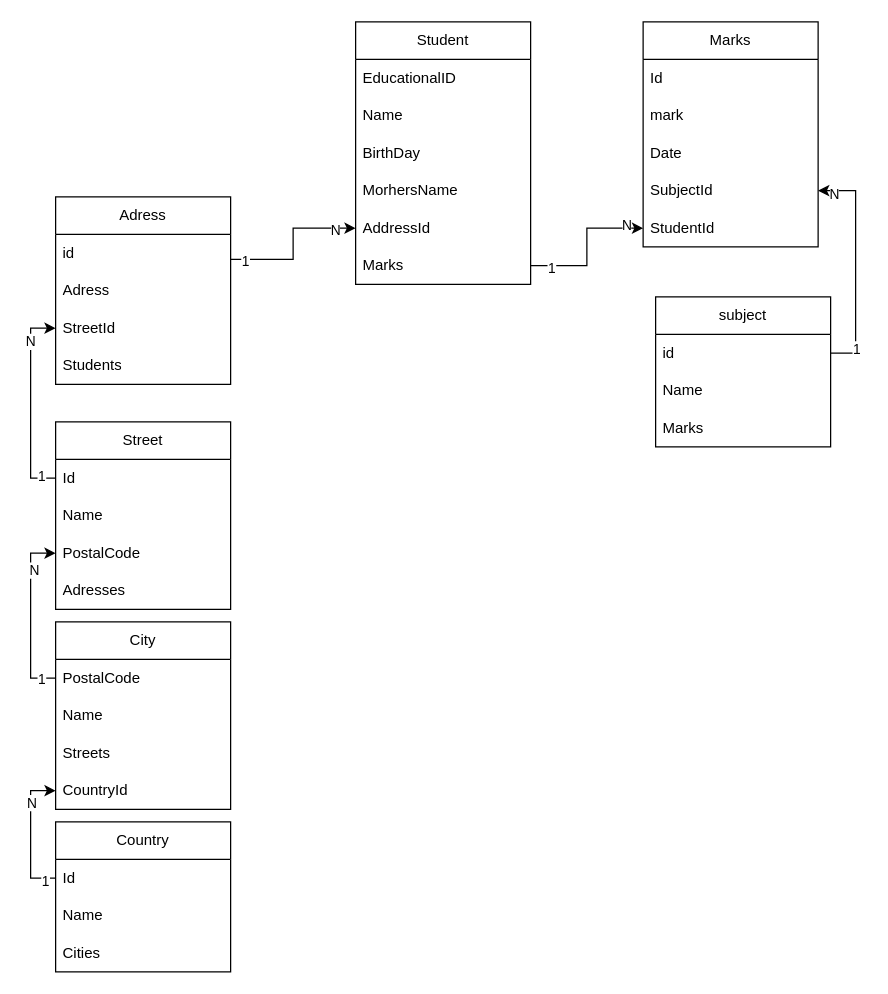
Above: ikt/Zsiga Norbert/Ikt1.drawio in Zsiga7777/C--12 (draw.io), before the change. Source tidied: cells renumbered, new cells numbered last; positions are measured from the earlier drawing's top-left corner, leaving out a move shared by most shapes. Both pictures are drawn from the tidied source at 125%, with x=0, y=0 at pixel (55, 21).
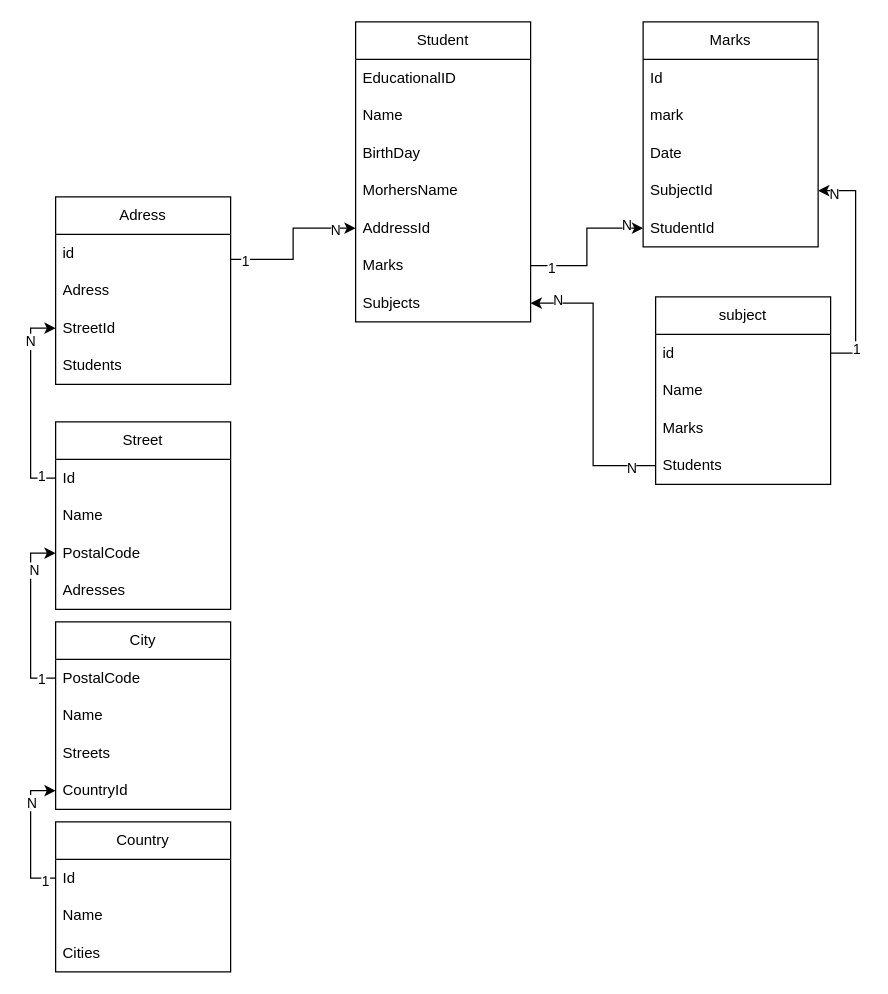
The same page after the edit.

Change to the diagram source:
```diff
@@
     <mxCell id="2" value="Student" style="swimlane;fontStyle=0;horizontal=1;startSize=30;whiteSpace=wrap;html=1;" parent="1" vertex="1">
-      <mxGeometry x="240" width="140" height="210" as="geometry" />
+      <mxGeometry x="240" width="140" height="240" as="geometry" />
     </mxCell>
@@
+    <mxCell id="56" value="Subjects" style="text;strokeColor=none;fillColor=none;align=left;verticalAlign=middle;spacingLeft=4;spacingRight=4;overflow=hidden;points=[[0,0.5],[1,0.5]];portConstraint=eastwest;whiteSpace=wrap;html=1;" parent="2" vertex="1">
+      <mxGeometry y="210" width="140" height="30" as="geometry" />
+    </mxCell>
@@
     <mxCell id="22" value="subject" style="swimlane;fontStyle=0;horizontal=1;startSize=30;whiteSpace=wrap;html=1;" parent="1" vertex="1">
-      <mxGeometry x="480" y="220" width="140" height="120" as="geometry" />
+      <mxGeometry x="480" y="220" width="140" height="150" as="geometry" />
     </mxCell>
@@
+    <mxCell id="57" value="Students" style="text;strokeColor=none;fillColor=none;align=left;verticalAlign=middle;spacingLeft=4;spacingRight=4;overflow=hidden;points=[[0,0.5],[1,0.5]];portConstraint=eastwest;whiteSpace=wrap;html=1;" parent="22" vertex="1">
+      <mxGeometry y="120" width="140" height="30" as="geometry" />
+    </mxCell>
@@
+    <mxCell id="58" style="edgeStyle=orthogonalEdgeStyle;rounded=0;jettySize=auto;html=1;entryX=1;entryY=0.5;entryDx=0;entryDy=0;" parent="1" edge="1" source="57" target="56">
+      <mxGeometry relative="1" as="geometry" />
+    </mxCell>
+    <mxCell id="59" value="N" style="edgeLabel;html=1;align=center;verticalAlign=middle;" parent="58" vertex="1">
+      <mxGeometry x="0.82" y="-3" relative="1" as="geometry" />
+    </mxCell>
+    <mxCell id="60" value="N" style="edgeLabel;html=1;align=center;verticalAlign=middle;" parent="58" vertex="1">
+      <mxGeometry x="-0.83" y="1" relative="1" as="geometry" />
+    </mxCell>
```
